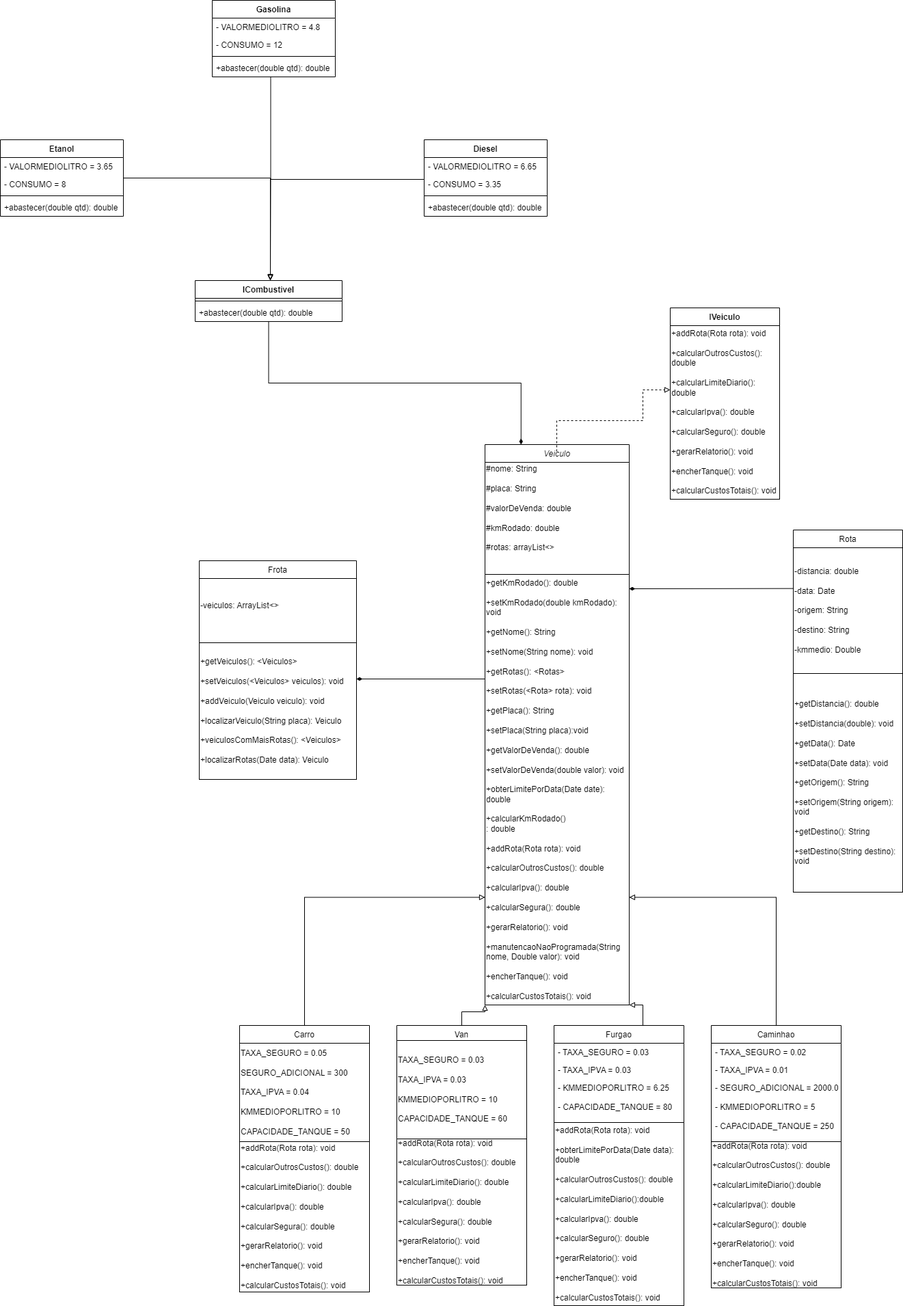
Earlier version of the draw.io export docs/diagramas/Diagrama de Classes 4.png (DisciplinasProgramacao/projetos-3-4-5-grupo-8). Source tidied: cells renumbered, new cells last; positions are measured from the earlier drawing's top-left corner, leaving out a move shared by most shapes.
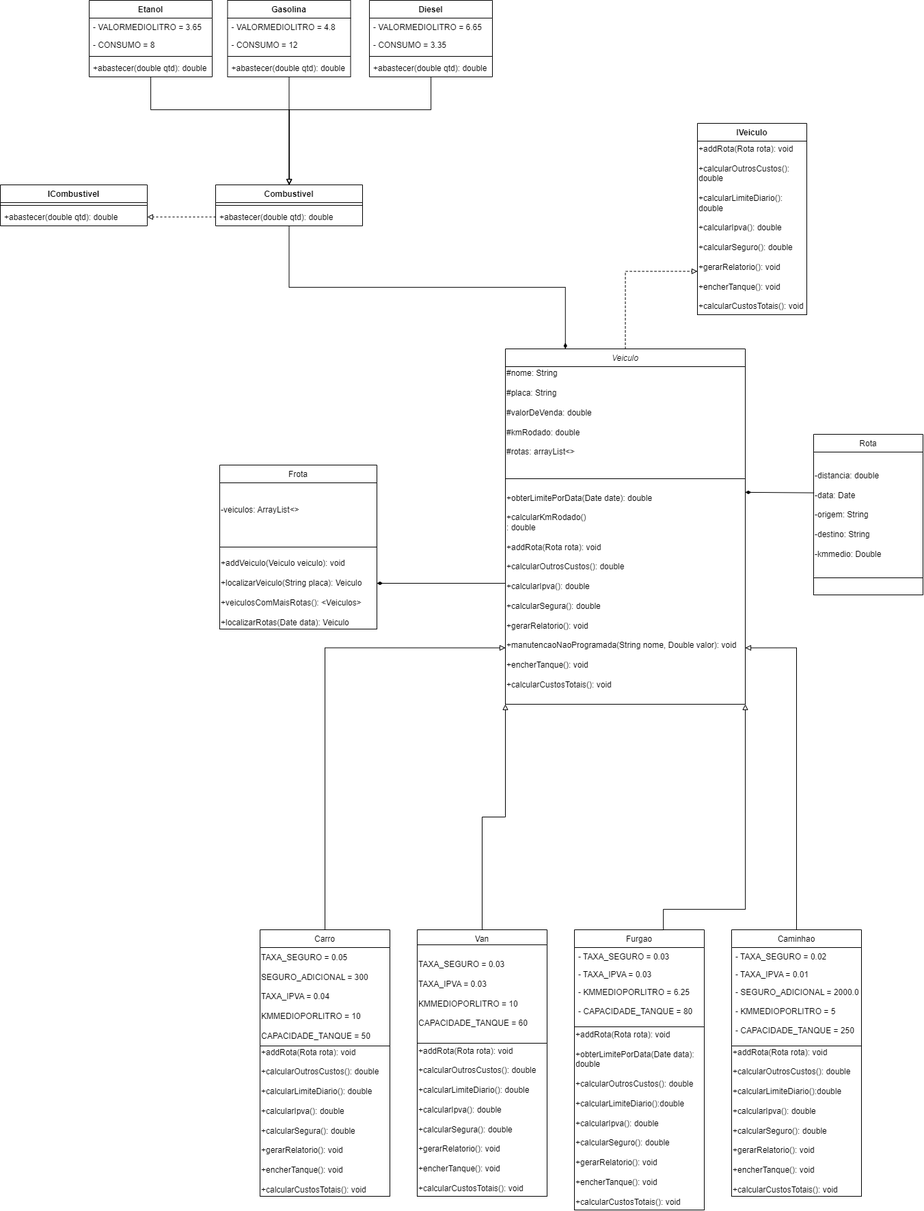
The same file after the commit.

Commit message:
corrigindo diagrama

What changed in the source:
```diff
@@ -2,14 +2,17 @@
   <root>
     <mxCell id="0" />
     <mxCell id="1" parent="0" />
+    <mxCell id="58" style="edgeStyle=orthogonalEdgeStyle;rounded=0;jettySize=auto;html=1;exitX=0.5;exitY=0;exitDx=0;exitDy=0;entryX=0;entryY=0.75;entryDx=0;entryDy=0;dashed=1;endArrow=block;endFill=0;" parent="1" edge="1" source="2" target="11">
+      <mxGeometry relative="1" as="geometry" />
+    </mxCell>
     <mxCell id="2" value="Veiculo" style="swimlane;fontStyle=2;align=center;verticalAlign=top;horizontal=1;startSize=26;rounded=0;shadow=0;strokeWidth=1;" parent="1" vertex="1">
-      <mxGeometry x="709" y="650" width="211" height="820" as="geometry" />
+      <mxGeometry x="709" y="650" width="351" height="520" as="geometry" />
     </mxCell>
     <mxCell id="3" value="&lt;div&gt;#nome: String&lt;/div&gt;&lt;div&gt;&lt;br&gt;&lt;/div&gt;&lt;div&gt;#placa: String&lt;/div&gt;&lt;div&gt;&lt;br&gt;&lt;/div&gt;&lt;div&gt;#valorDeVenda: double&lt;/div&gt;&lt;div&gt;&lt;br&gt;&lt;/div&gt;&lt;div&gt;#kmRodado: double&lt;/div&gt;&lt;div&gt;&lt;br&gt;&lt;/div&gt;&lt;div&gt;#rotas: arrayList&amp;lt;&amp;gt;&lt;br&gt;&lt;/div&gt;&lt;div&gt;&lt;br&gt;&lt;/div&gt;&lt;div&gt;&lt;br&gt;&lt;/div&gt;" style="rounded=0;whiteSpace=wrap;html=1;align=left;" parent="2" vertex="1">
-      <mxGeometry y="26" width="211" height="164" as="geometry" />
+      <mxGeometry y="26" width="351" height="164" as="geometry" />
     </mxCell>
-    <mxCell id="4" value="&lt;div&gt;+getKmRodado(): double&lt;/div&gt;&lt;div&gt;&lt;br&gt;&lt;/div&gt;&lt;div&gt;+setKmRodado(double kmRodado): void&lt;/div&gt;&lt;div&gt;&lt;br&gt;&lt;/div&gt;&lt;div&gt;+getNome(): String&lt;/div&gt;&lt;div&gt;&lt;br&gt;&lt;/div&gt;&lt;div&gt;+setNome(String nome): void&lt;/div&gt;&lt;div&gt;&lt;br&gt;&lt;/div&gt;&lt;div&gt;+getRotas(): &amp;lt;Rotas&amp;gt;&lt;/div&gt;&lt;div&gt;&lt;br&gt;&lt;/div&gt;&lt;div&gt;+setRotas(&amp;lt;Rota&amp;gt; rota): void&lt;/div&gt;&lt;div&gt;&lt;br&gt;&lt;/div&gt;&lt;div&gt;+getPlaca(): String&lt;/div&gt;&lt;div&gt;&lt;br&gt;&lt;/div&gt;&lt;div&gt;+setPlaca(String placa):void&lt;/div&gt;&lt;div&gt;&lt;br&gt;&lt;/div&gt;&lt;div&gt;+getValorDeVenda(): double&lt;/div&gt;&lt;div&gt;&lt;br&gt;&lt;/div&gt;&lt;div&gt;+setValorDeVenda(double valor): void&lt;/div&gt;&lt;div&gt;&lt;br&gt;&lt;/div&gt;&lt;div&gt;+obterLimitePorData(Date date): double&lt;/div&gt;&lt;div&gt;&lt;br&gt;&lt;/div&gt;&lt;div&gt;+calcularKmRodado()&lt;br&gt;&lt;/div&gt;&lt;div&gt;: double&lt;/div&gt;&lt;div&gt;&lt;br&gt;&lt;/div&gt;&lt;div&gt;+addRota(Rota rota): void&lt;/div&gt;&lt;div&gt;&lt;br&gt;&lt;/div&gt;&lt;div&gt;+calcularOutrosCustos(): double&lt;/div&gt;&lt;div&gt;&lt;br&gt;&lt;/div&gt;&lt;div&gt;+calcularIpva(): double&lt;/div&gt;&lt;div&gt;&lt;br&gt;&lt;/div&gt;&lt;div&gt;+calcularSegura(): double&lt;/div&gt;&lt;div&gt;&lt;br&gt;&lt;/div&gt;&lt;div&gt;+gerarRelatorio(): void&lt;br&gt;&lt;/div&gt;&lt;div&gt;&lt;br&gt;&lt;/div&gt;&lt;div&gt;+manutencaoNaoProgramada(String nome, Double valor): void&amp;nbsp;&lt;/div&gt;&lt;div&gt;&lt;br&gt;&lt;/div&gt;&lt;div&gt;+encherTanque(): void&lt;br&gt;&lt;/div&gt;&lt;div&gt;&lt;br&gt;&lt;/div&gt;&lt;div&gt;+calcularCustosTotais(): void&lt;br&gt;&lt;/div&gt;" style="rounded=0;whiteSpace=wrap;html=1;align=left;" parent="2" vertex="1">
-      <mxGeometry y="190" width="211" height="630" as="geometry" />
+    <mxCell id="4" value="&lt;div&gt;&lt;span style=&quot;background-color: initial;&quot;&gt;+obterLimitePorData(Date date): double&lt;/span&gt;&lt;br&gt;&lt;/div&gt;&lt;div&gt;&lt;br&gt;&lt;/div&gt;&lt;div&gt;+calcularKmRodado()&lt;br&gt;&lt;/div&gt;&lt;div&gt;: double&lt;/div&gt;&lt;div&gt;&lt;br&gt;&lt;/div&gt;&lt;div&gt;+addRota(Rota rota): void&lt;/div&gt;&lt;div&gt;&lt;br&gt;&lt;/div&gt;&lt;div&gt;+calcularOutrosCustos(): double&lt;/div&gt;&lt;div&gt;&lt;br&gt;&lt;/div&gt;&lt;div&gt;+calcularIpva(): double&lt;/div&gt;&lt;div&gt;&lt;br&gt;&lt;/div&gt;&lt;div&gt;+calcularSegura(): double&lt;/div&gt;&lt;div&gt;&lt;br&gt;&lt;/div&gt;&lt;div&gt;+gerarRelatorio(): void&lt;br&gt;&lt;/div&gt;&lt;div&gt;&lt;br&gt;&lt;/div&gt;&lt;div&gt;+manutencaoNaoProgramada(String nome, Double valor): void&amp;nbsp;&lt;/div&gt;&lt;div&gt;&lt;br&gt;&lt;/div&gt;&lt;div&gt;+encherTanque(): void&lt;br&gt;&lt;/div&gt;&lt;div&gt;&lt;br&gt;&lt;/div&gt;&lt;div&gt;+calcularCustosTotais(): void&lt;br&gt;&lt;/div&gt;" style="rounded=0;whiteSpace=wrap;html=1;align=left;" parent="2" vertex="1">
+      <mxGeometry y="190" width="351" height="330" as="geometry" />
     </mxCell>
     <mxCell id="5" value="Rota" style="swimlane;fontStyle=0;align=center;verticalAlign=top;horizontal=1;startSize=26;rounded=0;shadow=0;strokeWidth=1;" parent="1" vertex="1">
       <mxGeometry x="1160" y="775" width="160" height="210" as="geometry" />
@@ -29,7 +32,7 @@
       <mxGeometry x="580" y="1500" width="190" height="52" as="geometry" />
     </mxCell>
     <mxCell id="10" value="IVeiculo" style="swimlane;fontStyle=1;align=center;verticalAlign=top;horizontal=1;startSize=26;fillColor=none;" parent="1" vertex="1">
-      <mxGeometry x="980" y="450" width="160" height="280" as="geometry" />
+      <mxGeometry x="990" y="320" width="160" height="280" as="geometry" />
     </mxCell>
     <mxCell id="11" value="+addRota(Rota rota): void&lt;br&gt;&lt;div&gt;&amp;nbsp;&amp;nbsp;&amp;nbsp; &lt;br&gt;&lt;/div&gt;&lt;div&gt;+calcularOutrosCustos(): double&lt;br&gt;&lt;/div&gt;&lt;div&gt;&amp;nbsp;&amp;nbsp;&amp;nbsp; &lt;br&gt;&lt;/div&gt;&lt;div&gt;+calcularLimiteDiario(): double&lt;/div&gt;&lt;div&gt;&lt;br&gt;&lt;/div&gt;&lt;div&gt;+calcularIpva(): double&lt;/div&gt;&lt;div&gt;&lt;br&gt;&lt;/div&gt;&lt;div&gt;+calcularSeguro(): double&lt;/div&gt;&lt;div&gt;&lt;br&gt;&lt;/div&gt;+gerarRelatorio(): void&lt;br&gt;&lt;br&gt;+encherTanque(): void&lt;br&gt;&lt;br&gt;+calcularCustosTotais(): void" style="rounded=0;whiteSpace=wrap;html=1;fontSize=12;align=left;" parent="10" vertex="1">
       <mxGeometry y="26" width="160" height="254" as="geometry" />
@@ -65,7 +68,7 @@
       <mxGeometry y="78" width="190" height="64" as="geometry" />
     </mxCell>
     <mxCell id="22" value="&lt;div&gt;+addRota(Rota rota): void&lt;/div&gt;&lt;div&gt;&lt;br&gt;&lt;/div&gt;&lt;div&gt;+calcularOutrosCustos(): double&lt;/div&gt;&lt;div&gt;&lt;br&gt;&lt;/div&gt;&lt;div&gt;+calcularLimiteDiario():double&lt;/div&gt;&lt;div&gt;&lt;br&gt;&lt;/div&gt;&lt;div&gt;+calcularIpva(): double&lt;/div&gt;&lt;div&gt;&lt;br&gt;&lt;/div&gt;&lt;div&gt;+calcularSeguro(): double&lt;/div&gt;&lt;div&gt;&lt;br&gt;&lt;/div&gt;&lt;div&gt;+gerarRelatorio(): void&lt;br&gt;&lt;/div&gt;&lt;div&gt;&lt;br&gt;&lt;/div&gt;&lt;div&gt;+encherTanque(): void&lt;br&gt;&lt;/div&gt;&lt;div&gt;&lt;br&gt;&lt;/div&gt;&lt;div&gt;+calcularCustosTotais(): void&lt;br&gt;&lt;/div&gt;" style="rounded=0;whiteSpace=wrap;html=1;align=left;" parent="1" vertex="1">
-      <mxGeometry x="1040" y="1670" width="190" height="214" as="geometry" />
+      <mxGeometry x="1040" y="1670" width="190" height="220" as="geometry" />
     </mxCell>
     <mxCell id="23" value="&lt;div&gt;+addRota(Rota rota): void&lt;/div&gt;&lt;div&gt;&lt;br&gt;&lt;/div&gt;&lt;div&gt;+obterLimitePorData(Date data): double&lt;br&gt;&lt;/div&gt;&lt;div&gt;&lt;br&gt;&lt;/div&gt;&lt;div&gt;+calcularOutrosCustos(): double&lt;/div&gt;&lt;div&gt;&lt;br&gt;&lt;/div&gt;&lt;div&gt;+calcularLimiteDiario():double&lt;/div&gt;&lt;div&gt;&lt;br&gt;&lt;/div&gt;&lt;div&gt;+calcularIpva(): double&lt;/div&gt;&lt;div&gt;&lt;br&gt;&lt;/div&gt;&lt;div&gt;+calcularSeguro(): double&lt;/div&gt;&lt;div&gt;&lt;br&gt;&lt;/div&gt;&lt;div&gt;+gerarRelatorio(): void&lt;/div&gt;&lt;div&gt;&lt;br&gt;&lt;/div&gt;&lt;div&gt;+encherTanque(): void&lt;br&gt;&lt;/div&gt;&lt;div&gt;&lt;br&gt;&lt;/div&gt;&lt;div&gt;+calcularCustosTotais(): void&lt;br&gt;&lt;/div&gt;" style="rounded=0;whiteSpace=wrap;html=1;align=left;" parent="1" vertex="1">
       <mxGeometry x="810" y="1642" width="190" height="268" as="geometry" />
@@ -80,7 +83,7 @@
       <mxGeometry x="580" y="1522" width="190" height="144" as="geometry" />
     </mxCell>
     <mxCell id="27" value="&lt;div&gt;+addRota(Rota rota): void&lt;/div&gt;&lt;div&gt;&lt;br&gt;&lt;/div&gt;&lt;div&gt;+calcularOutrosCustos(): double&lt;/div&gt;&lt;div&gt;&lt;br&gt;&lt;/div&gt;&lt;div&gt;+calcularLimiteDiario(): double&lt;/div&gt;&lt;div&gt;&lt;br&gt;&lt;/div&gt;&lt;div&gt;+calcularIpva(): double&lt;/div&gt;&lt;div&gt;&lt;br&gt;&lt;/div&gt;&lt;div&gt;+calcularSegura(): double&lt;/div&gt;&lt;div&gt;&lt;br&gt;&lt;/div&gt;&lt;div&gt;+gerarRelatorio(): void&lt;br&gt;&lt;/div&gt;&lt;div&gt;&lt;br&gt;&lt;/div&gt;&lt;div&gt;+encherTanque(): void&lt;br&gt;&lt;/div&gt;&lt;div&gt;&lt;br&gt;&lt;/div&gt;&lt;div&gt;+calcularCustosTotais(): void&lt;br&gt;&lt;/div&gt;" style="rounded=0;whiteSpace=wrap;html=1;align=left;" parent="1" vertex="1">
-      <mxGeometry x="580" y="1666" width="190" height="214" as="geometry" />
+      <mxGeometry x="580" y="1666" width="190" height="224" as="geometry" />
     </mxCell>
     <mxCell id="28" style="edgeStyle=orthogonalEdgeStyle;rounded=0;jettySize=auto;html=1;exitX=0.5;exitY=0;exitDx=0;exitDy=0;entryX=0;entryY=0.75;entryDx=0;entryDy=0;endArrow=block;endFill=0;align=left;" parent="1" edge="1" source="8" target="4">
       <mxGeometry relative="1" as="geometry" />
@@ -99,22 +102,11 @@
         </Array>
       </mxGeometry>
     </mxCell>
-    <mxCell id="32" value="&lt;div&gt;+getVeiculos(): &amp;lt;Veiculos&amp;gt;&lt;/div&gt;&lt;div&gt;&lt;br&gt;&lt;/div&gt;&lt;div&gt;+setVeiculos(&amp;lt;Veiculos&amp;gt; veiculos): void&lt;/div&gt;&lt;div&gt;&lt;br&gt;&lt;/div&gt;&lt;div&gt;+addVeiculo(Veiculo veiculo): void&lt;/div&gt;&lt;div&gt;&lt;br&gt;&lt;/div&gt;&lt;div&gt;+localizarVeiculo(String placa): Veiculo&lt;br&gt;&lt;/div&gt;&lt;div&gt;&lt;br&gt;&lt;/div&gt;&lt;div&gt;+veiculosComMaisRotas(): &amp;lt;Veiculos&amp;gt;&lt;/div&gt;&lt;div&gt;&lt;br&gt;&lt;/div&gt;&lt;div&gt;+localizarRotas(Date data): Veiculo&lt;/div&gt;" style="rounded=0;whiteSpace=wrap;html=1;fontSize=12;align=left;" parent="1" vertex="1">
-      <mxGeometry x="291" y="940" width="230" height="200" as="geometry" />
+    <mxCell id="32" value="&lt;div&gt;&lt;br&gt;&lt;/div&gt;&lt;div&gt;+addVeiculo(Veiculo veiculo): void&lt;/div&gt;&lt;div&gt;&lt;br&gt;&lt;/div&gt;&lt;div&gt;+localizarVeiculo(String placa): Veiculo&lt;br&gt;&lt;/div&gt;&lt;div&gt;&lt;br&gt;&lt;/div&gt;&lt;div&gt;+veiculosComMaisRotas(): &amp;lt;Veiculos&amp;gt;&lt;/div&gt;&lt;div&gt;&lt;br&gt;&lt;/div&gt;&lt;div&gt;+localizarRotas(Date data): Veiculo&lt;/div&gt;" style="rounded=0;whiteSpace=wrap;html=1;fontSize=12;align=left;" parent="1" vertex="1">
+      <mxGeometry x="291" y="940" width="230" height="120" as="geometry" />
     </mxCell>
-    <mxCell id="33" style="edgeStyle=orthogonalEdgeStyle;rounded=0;orthogonalLoop=1;jettySize=auto;html=1;exitX=0.5;exitY=0;exitDx=0;exitDy=0;dashed=1;endArrow=block;endFill=0;align=left;" parent="1" edge="1">
-      <mxGeometry relative="1" as="geometry">
-        <mxPoint x="814" y="660" as="sourcePoint" />
-        <mxPoint x="980" y="570" as="targetPoint" />
-        <Array as="points">
-          <mxPoint x="814" y="615" />
-          <mxPoint x="940" y="615" />
-          <mxPoint x="940" y="570" />
-        </Array>
-      </mxGeometry>
-    </mxCell>
-    <mxCell id="34" value="&lt;div&gt;+getDistancia(): double&lt;/div&gt;&lt;div&gt;&lt;br&gt;&lt;/div&gt;&lt;div&gt;+setDistancia(double): void&lt;/div&gt;&lt;div&gt;&lt;br&gt;&lt;/div&gt;&lt;div&gt;+getData(): Date&lt;/div&gt;&lt;div&gt;&lt;br&gt;&lt;/div&gt;&lt;div&gt;+setData(Date data): void&lt;/div&gt;&lt;div&gt;&lt;br&gt;&lt;/div&gt;&lt;div&gt;+getOrigem(): String&lt;/div&gt;&lt;div&gt;&lt;br&gt;&lt;/div&gt;&lt;div&gt;+setOrigem(String origem): void&lt;/div&gt;&lt;div&gt;&lt;br&gt;&lt;/div&gt;&lt;div&gt;+getDestino(): String&lt;/div&gt;&lt;div&gt;&lt;br&gt;&lt;/div&gt;&lt;div&gt;+setDestino(String destino): void&lt;br&gt;&lt;/div&gt;" style="rounded=0;whiteSpace=wrap;html=1;fontSize=12;align=left;" parent="1" vertex="1">
-      <mxGeometry x="1160" y="985" width="160" height="320" as="geometry" />
+    <mxCell id="34" value="&lt;div&gt;&lt;br&gt;&lt;/div&gt;" style="rounded=0;whiteSpace=wrap;html=1;fontSize=12;align=left;" parent="1" vertex="1">
+      <mxGeometry x="1160" y="985" width="160" height="25" as="geometry" />
     </mxCell>
     <mxCell id="35" style="endArrow=diamondThin;shadow=0;strokeWidth=1;rounded=0;endFill=1;edgeStyle=elbowEdgeStyle;elbow=vertical;exitX=0.5;exitY=1;exitDx=0;exitDy=0;align=left;entryX=0.25;entryY=0;entryDx=0;entryDy=0;" parent="1" edge="1" source="45" target="2">
       <mxGeometry x="0.5" y="41" relative="1" as="geometry">
@@ -130,31 +122,16 @@
         <mxPoint x="-40" y="32" as="offset" />
       </mxGeometry>
     </mxCell>
-    <mxCell id="37" style="edgeStyle=orthogonalEdgeStyle;rounded=0;jettySize=auto;html=1;exitX=0.475;exitY=0.979;exitDx=0;exitDy=0;entryX=0.5;entryY=0;entryDx=0;entryDy=0;endArrow=block;endFill=0;align=left;exitPerimeter=0;" parent="1" edge="1" source="52">
-      <mxGeometry relative="1" as="geometry">
-        <mxPoint x="395" y="410" as="targetPoint" />
-      </mxGeometry>
-    </mxCell>
-    <mxCell id="38" style="edgeStyle=orthogonalEdgeStyle;rounded=0;orthogonalLoop=1;jettySize=auto;html=1;exitX=0;exitY=0.5;exitDx=0;exitDy=0;entryX=0.5;entryY=0;entryDx=0;entryDy=0;endArrow=block;endFill=0;align=left;" parent="1" edge="1">
-      <mxGeometry relative="1" as="geometry">
-        <mxPoint x="620" y="262" as="sourcePoint" />
-        <mxPoint x="395" y="409" as="targetPoint" />
-        <Array as="points">
-          <mxPoint x="395" y="262" />
-        </Array>
-      </mxGeometry>
-    </mxCell>
-    <mxCell id="39" style="edgeStyle=orthogonalEdgeStyle;rounded=0;orthogonalLoop=1;jettySize=auto;html=1;entryX=0.5;entryY=0;entryDx=0;entryDy=0;endArrow=block;endFill=0;align=left;" parent="1" edge="1">
-      <mxGeometry relative="1" as="geometry">
-        <mxPoint x="180" y="260" as="sourcePoint" />
-        <mxPoint x="395" y="410" as="targetPoint" />
-        <Array as="points">
-          <mxPoint x="395" y="260" />
-        </Array>
-      </mxGeometry>
-    </mxCell>
+    <mxCell id="59" style="edgeStyle=orthogonalEdgeStyle;rounded=0;jettySize=auto;html=1;entryX=0.5;entryY=0;entryDx=0;entryDy=0;endArrow=block;endFill=0;" parent="1" edge="1" source="40" target="45">
+      <mxGeometry relative="1" as="geometry">
+        <Array as="points">
+          <mxPoint x="600" y="300" />
+          <mxPoint x="393" y="300" />
+        </Array>
+      </mxGeometry>
+    </mxCell>
     <mxCell id="40" value="Diesel" style="swimlane;fontStyle=1;align=center;verticalAlign=top;horizontal=1;startSize=26;" parent="1" vertex="1">
-      <mxGeometry x="620" y="204" width="180" height="112" as="geometry" />
+      <mxGeometry x="510" y="140" width="180" height="112" as="geometry" />
     </mxCell>
     <mxCell id="41" value="- VALORMEDIOLITRO = 6.65" style="text;strokeColor=none;fillColor=none;align=left;verticalAlign=top;spacingLeft=4;spacingRight=4;overflow=hidden;" parent="40" vertex="1">
       <mxGeometry y="26" width="180" height="26" as="geometry" />
@@ -168,7 +145,7 @@
     <mxCell id="44" value="+abastecer(double qtd): double&#10;" style="text;strokeColor=none;fillColor=none;align=left;verticalAlign=top;spacingLeft=4;spacingRight=4;overflow=hidden;" parent="40" vertex="1">
       <mxGeometry y="86" width="180" height="26" as="geometry" />
     </mxCell>
-    <mxCell id="45" value="ICombustivel" style="swimlane;fontStyle=1;align=center;verticalAlign=top;horizontal=1;startSize=26;" parent="1" vertex="1">
+    <mxCell id="45" value="Combustivel" style="swimlane;fontStyle=1;align=center;verticalAlign=top;horizontal=1;startSize=26;" parent="1" vertex="1">
       <mxGeometry x="285" y="410" width="215" height="60" as="geometry" />
     </mxCell>
     <mxCell id="46" style="line;strokeWidth=1;fillColor=none;align=left;verticalAlign=middle;spacingTop=-1;spacingLeft=3;spacingRight=3;labelPosition=right;strokeColor=inherit;" parent="45" vertex="1">
@@ -177,8 +154,11 @@
     <mxCell id="47" value="+abastecer(double qtd): double&#10;" style="text;strokeColor=none;fillColor=none;align=left;verticalAlign=top;spacingLeft=4;spacingRight=4;overflow=hidden;points=[[0,0.5],[1,0.5]];portConstraint=eastwest;" parent="45" vertex="1">
       <mxGeometry y="34" width="215" height="26" as="geometry" />
     </mxCell>
+    <mxCell id="60" style="edgeStyle=orthogonalEdgeStyle;rounded=0;jettySize=auto;html=1;entryX=0.5;entryY=0;entryDx=0;entryDy=0;endArrow=block;endFill=0;" parent="1" edge="1" source="48" target="45">
+      <mxGeometry relative="1" as="geometry" />
+    </mxCell>
     <mxCell id="48" value="Gasolina" style="swimlane;fontStyle=1;align=center;verticalAlign=top;horizontal=1;startSize=26;" parent="1" vertex="1">
-      <mxGeometry x="310" width="180" height="112" as="geometry" />
+      <mxGeometry x="302.5" y="140" width="180" height="112" as="geometry" />
     </mxCell>
     <mxCell id="49" value="- VALORMEDIOLITRO = 4.8" style="text;strokeColor=none;fillColor=none;align=left;verticalAlign=top;spacingLeft=4;spacingRight=4;overflow=hidden;" parent="48" vertex="1">
       <mxGeometry y="26" width="180" height="26" as="geometry" />
@@ -192,8 +172,16 @@
     <mxCell id="52" value="+abastecer(double qtd): double&#10;" style="text;strokeColor=none;fillColor=none;align=left;verticalAlign=top;spacingLeft=4;spacingRight=4;overflow=hidden;points=[[0,0.5],[1,0.5]];portConstraint=eastwest;" parent="48" vertex="1">
       <mxGeometry y="86" width="180" height="26" as="geometry" />
     </mxCell>
+    <mxCell id="61" style="edgeStyle=orthogonalEdgeStyle;rounded=0;jettySize=auto;html=1;endArrow=block;endFill=0;" parent="1" edge="1" source="53" target="45">
+      <mxGeometry relative="1" as="geometry">
+        <Array as="points">
+          <mxPoint x="190" y="300" />
+          <mxPoint x="393" y="300" />
+        </Array>
+      </mxGeometry>
+    </mxCell>
     <mxCell id="53" value="Etanol" style="swimlane;fontStyle=1;align=center;verticalAlign=top;horizontal=1;startSize=26;" parent="1" vertex="1">
-      <mxGeometry y="204" width="180" height="112" as="geometry" />
+      <mxGeometry x="100" y="140" width="180" height="112" as="geometry" />
     </mxCell>
     <mxCell id="54" value="- VALORMEDIOLITRO = 3.65" style="text;strokeColor=none;fillColor=none;align=left;verticalAlign=top;spacingLeft=4;spacingRight=4;overflow=hidden;" parent="53" vertex="1">
       <mxGeometry y="26" width="180" height="26" as="geometry" />
@@ -207,5 +195,17 @@
     <mxCell id="57" value="+abastecer(double qtd): double&#10;" style="text;strokeColor=none;fillColor=none;align=left;verticalAlign=top;spacingLeft=4;spacingRight=4;overflow=hidden;" parent="53" vertex="1">
       <mxGeometry y="86" width="180" height="26" as="geometry" />
     </mxCell>
+    <mxCell id="62" value="ICombustivel" style="swimlane;fontStyle=1;align=center;verticalAlign=top;horizontal=1;startSize=26;" parent="1" vertex="1">
+      <mxGeometry x="-30" y="410" width="215" height="60" as="geometry" />
+    </mxCell>
+    <mxCell id="63" style="line;strokeWidth=1;fillColor=none;align=left;verticalAlign=middle;spacingTop=-1;spacingLeft=3;spacingRight=3;labelPosition=right;strokeColor=inherit;" parent="62" vertex="1">
+      <mxGeometry y="26" width="215" height="8" as="geometry" />
+    </mxCell>
+    <mxCell id="64" value="+abastecer(double qtd): double&#10;" style="text;strokeColor=none;fillColor=none;align=left;verticalAlign=top;spacingLeft=4;spacingRight=4;overflow=hidden;points=[[0,0.5],[1,0.5]];portConstraint=eastwest;" parent="62" vertex="1">
+      <mxGeometry y="34" width="215" height="26" as="geometry" />
+    </mxCell>
+    <mxCell id="65" style="edgeStyle=orthogonalEdgeStyle;rounded=0;jettySize=auto;html=1;exitX=0;exitY=0.5;exitDx=0;exitDy=0;entryX=1;entryY=0.5;entryDx=0;entryDy=0;endArrow=block;endFill=0;dashed=1;" parent="1" edge="1" source="47" target="64">
+      <mxGeometry relative="1" as="geometry" />
+    </mxCell>
   </root>
 </mxGraphModel>
```
